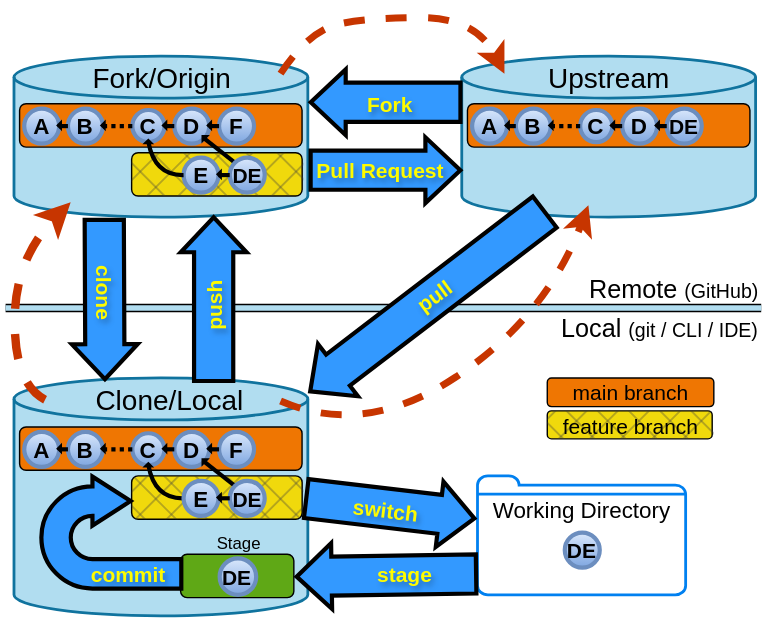
Above: materials/BaseDiagram.svg in HFOSSedu/GitKit-Codespace (draw.io), before the change. Source tidied: cells renumbered, new cells last; positions are measured from the earlier drawing's top-left corner, leaving out a move shared by most shapes.
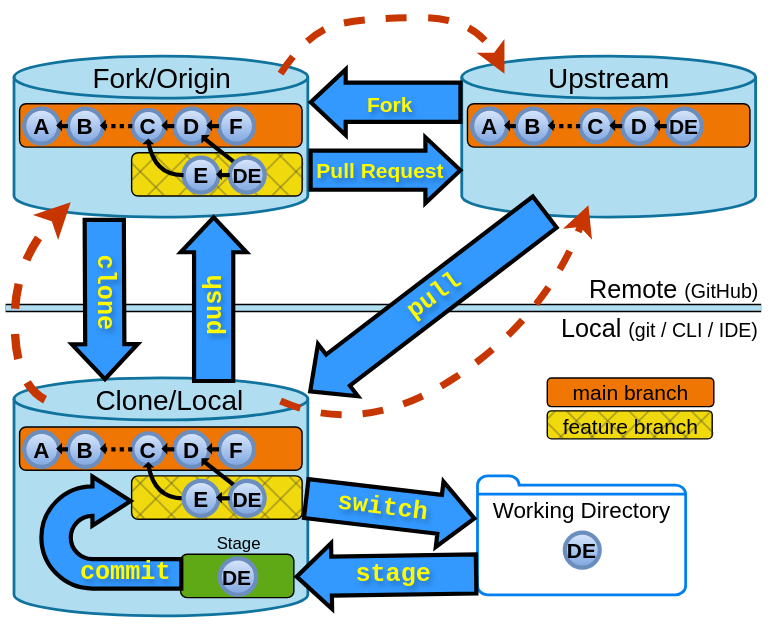
After the change.

Diff of the diagram source:
```diff
@@ -162,8 +162,8 @@
     <mxCell id="52" style="html=1;shadow=0;dashed=0;align=center;verticalAlign=middle;shape=mxgraph.arrows2.uTurnArrow;dy=10.5;arrowHead=35;dx2=27.25;rounded=0;strokeColor=default;strokeWidth=3;fontFamily=Helvetica;fontSize=20;fontColor=light-dark(#feffff, #ededed);fontStyle=1;labelBackgroundColor=light-dark(#3298ff, #ededed);textDirection=vertical-lr;fillColor=#3399FF;" parent="51" vertex="1">
       <mxGeometry width="100" height="80" as="geometry" />
     </mxCell>
-    <mxCell id="53" value="&lt;font&gt;commit&lt;/font&gt;" style="text;html=1;strokeColor=none;fillColor=none;align=center;verticalAlign=middle;rounded=0;fontSize=15;fontStyle=1;fontColor=light-dark(#fefb00, #ededed);spacing=0;rotation=0;textShadow=1;" parent="51" vertex="1">
-      <mxGeometry x="35.5" y="55" width="53.5" height="30" as="geometry" />
+    <mxCell id="53" value="&lt;font style=&quot;font-size: 18px;&quot; face=&quot;Courier New&quot;&gt;commit&lt;/font&gt;" style="text;html=1;strokeColor=none;fillColor=none;align=center;verticalAlign=middle;rounded=0;fontSize=15;fontStyle=1;fontColor=light-dark(#fefb00, #ededed);spacing=0;rotation=0;textShadow=1;" parent="51" vertex="1">
+      <mxGeometry x="33.5" y="54" width="53.5" height="30" as="geometry" />
     </mxCell>
     <mxCell id="54" value="&lt;font style=&quot;font-size: 15px;&quot;&gt;DE&lt;/font&gt;" style="ellipse;whiteSpace=wrap;html=1;fillColor=#dae8fc;fontSize=16;fontStyle=1;gradientColor=#7ea6e0;strokeColor=#6c8ebf;strokeWidth=3;" parent="8" vertex="1">
       <mxGeometry x="146.5" y="128.4" width="26.1" height="26.1" as="geometry" />
@@ -216,7 +216,7 @@
         </Array>
       </mxGeometry>
     </mxCell>
-    <mxCell id="65" style="group;dashed=1;strokeColor=none;" parent="1" vertex="1">
+    <mxCell id="65" style="group;dashed=1;strokeColor=none;fontStyle=2;" parent="1" vertex="1">
       <mxGeometry x="214.1" y="57.5" width="120" height="30" as="geometry" />
     </mxCell>
     <mxCell id="66" style="shape=flexArrow;endArrow=classic;rounded=0;fillColor=#3399FF;width=26;endSize=7.33;endWidth=16;fontSize=21;labelBackgroundColor=none;fontColor=light-dark(#fefb00, #ededed);fontStyle=1;textDirection=ltr;strokeWidth=3;html=1;horizontal=1;spacingTop=30;" parent="65" edge="1">
@@ -226,7 +226,7 @@
         <mxPoint x="1" as="offset" />
       </mxGeometry>
     </mxCell>
-    <mxCell id="67" style="group;rotation=-180;" parent="65" vertex="1">
+    <mxCell id="67" style="group;rotation=-180;fontStyle=2;" parent="65" vertex="1">
       <mxGeometry width="120" height="30" as="geometry" />
     </mxCell>
     <mxCell id="68" value="Fork" style="text;html=1;strokeColor=none;fillColor=none;align=center;verticalAlign=middle;rounded=0;fontSize=15;fontStyle=1;fontColor=light-dark(#fefb00, #ededed);spacing=0;rotation=0;labelBorderColor=none;textShadow=1;" parent="67" vertex="1">
@@ -242,7 +242,7 @@
         <mxPoint x="1" as="offset" />
       </mxGeometry>
     </mxCell>
-    <mxCell id="71" value="clone" style="text;html=1;whiteSpace=wrap;strokeColor=none;fillColor=none;align=center;verticalAlign=middle;rounded=0;rotation=90;fontColor=light-dark(#fefb00, #ededed);fontSize=15;fontStyle=1;spacing=0;textShadow=1;" parent="69" vertex="1">
+    <mxCell id="71" value="clone" style="text;html=1;whiteSpace=wrap;strokeColor=none;fillColor=none;align=center;verticalAlign=middle;rounded=0;rotation=90;fontColor=light-dark(#fefb00, #ededed);fontSize=18;fontStyle=1;spacing=0;textShadow=1;fontFamily=Courier New;" parent="69" vertex="1">
       <mxGeometry x="-15" y="38.8" width="60" height="30" as="geometry" />
     </mxCell>
     <mxCell id="72" style="group;" parent="1" vertex="1">
@@ -255,7 +255,7 @@
         <mxPoint x="1" as="offset" />
       </mxGeometry>
     </mxCell>
-    <mxCell id="74" value="push" style="text;html=1;whiteSpace=wrap;strokeColor=none;fillColor=none;align=center;verticalAlign=middle;rounded=0;rotation=-90;fontColor=light-dark(#fefb00, #ededed);fontSize=15;fontStyle=1;spacing=0;textShadow=1;" parent="72" vertex="1">
+    <mxCell id="74" value="push" style="text;html=1;whiteSpace=wrap;strokeColor=none;fillColor=none;align=center;verticalAlign=middle;rounded=0;rotation=-90;fontColor=light-dark(#fefb00, #ededed);fontSize=18;fontStyle=1;spacing=0;textShadow=1;fontFamily=Courier New;" parent="72" vertex="1">
       <mxGeometry x="-17.3" y="52.2" width="60" height="25.4" as="geometry" />
     </mxCell>
     <mxCell id="75" style="shape=flexArrow;endArrow=classic;rounded=0;fillColor=#3399FF;width=26;endSize=7.33;endWidth=16;fontSize=21;labelBackgroundColor=none;fontColor=light-dark(#fefb00, #ededed);fontStyle=1;textDirection=ltr;strokeWidth=3;html=1;horizontal=1;spacingTop=30;exitX=1;exitY=0.5;exitDx=0;exitDy=0;" parent="1" edge="1" source="16">
@@ -264,8 +264,8 @@
         <mxPoint x="1" as="offset" />
       </mxGeometry>
     </mxCell>
-    <mxCell id="76" value="switch" style="text;html=1;strokeColor=none;fillColor=none;align=center;verticalAlign=middle;rounded=0;rotation=7;fontColor=light-dark(#fefb00, #ededed);fontSize=15;fontStyle=1;spacing=0;textShadow=1;" parent="1" vertex="1">
-      <mxGeometry x="245" y="349" width="60" height="30" as="geometry" />
+    <mxCell id="76" value="switch" style="text;html=1;strokeColor=none;fillColor=none;align=center;verticalAlign=middle;rounded=0;rotation=7;fontColor=light-dark(#fefb00, #ededed);fontSize=18;fontStyle=1;spacing=0;textShadow=1;fontFamily=Courier New;" parent="1" vertex="1">
+      <mxGeometry x="243" y="347" width="60" height="30" as="geometry" />
     </mxCell>
     <mxCell id="77" value="&lt;div&gt;Working&amp;nbsp;Directory&lt;/div&gt;" style="text;html=1;strokeColor=none;fillColor=none;align=center;verticalAlign=middle;rounded=0;fontSize=16;fontStyle=0;fontColor=light-dark(#000000, #ededed);spacing=0;rotation=0;" parent="1" vertex="1">
       <mxGeometry x="330" y="349" width="169.4" height="30" as="geometry" />
@@ -279,8 +279,8 @@
         <mxPoint x="1" as="offset" />
       </mxGeometry>
     </mxCell>
-    <mxCell id="80" value="stage" style="text;html=1;whiteSpace=wrap;strokeColor=none;fillColor=none;align=center;verticalAlign=middle;rounded=0;rotation=0;fontColor=light-dark(#fefb00, #ededed);fontSize=15;fontStyle=1;spacing=0;textShadow=1;" parent="1" vertex="1">
-      <mxGeometry x="259.1" y="395" width="60" height="30" as="geometry" />
+    <mxCell id="80" value="stage" style="text;html=1;whiteSpace=wrap;strokeColor=none;fillColor=none;align=center;verticalAlign=middle;rounded=0;rotation=0;fontColor=light-dark(#fefb00, #ededed);fontSize=18;fontStyle=1;spacing=0;textShadow=1;fontFamily=Courier New;" parent="1" vertex="1">
+      <mxGeometry x="251.1" y="395" width="60" height="30" as="geometry" />
     </mxCell>
     <mxCell id="81" style="curved=1;endArrow=classic;html=1;rounded=0;fillColor=#fa6800;strokeColor=#C73500;strokeWidth=5;dashed=1;" parent="1" edge="1">
       <mxGeometry relative="1" as="geometry">
@@ -299,7 +299,7 @@
         <mxPoint x="1" as="offset" />
       </mxGeometry>
     </mxCell>
-    <mxCell id="83" value="pull" style="text;html=1;whiteSpace=wrap;strokeColor=none;fillColor=none;align=center;verticalAlign=middle;rounded=0;rotation=324;fontColor=light-dark(#fefb00, #ededed);fontSize=15;fontStyle=1;spacing=0;textShadow=1;" parent="1" vertex="1">
+    <mxCell id="83" value="pull" style="text;html=1;whiteSpace=wrap;strokeColor=none;fillColor=none;align=center;verticalAlign=middle;rounded=0;rotation=324;fontColor=light-dark(#fefb00, #ededed);fontSize=18;fontStyle=1;spacing=0;textShadow=1;fontFamily=Courier New;" parent="1" vertex="1">
       <mxGeometry x="280" y="198" width="60" height="25.4" as="geometry" />
     </mxCell>
     <mxCell id="84" value="&lt;font style=&quot;font-size: 18px;&quot;&gt;Local &lt;/font&gt;&lt;font style=&quot;font-size: 14px;&quot;&gt;(git / CLI / IDE)&lt;/font&gt;" style="text;strokeColor=none;fillColor=none;align=left;verticalAlign=top;rounded=0;fontSize=16;spacing=0;html=1;fontColor=light-dark(#000000,#FFFFFF);" parent="1" vertex="1">
```
